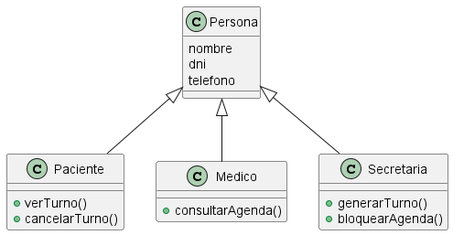
angelgc9107-lgtm/SistemaTurnosMedicos_GP6 keeps this PlantUML diagram as diagramas/01-diagrama-clases/01-solid-03-lsp.png. Above is the earlier version.
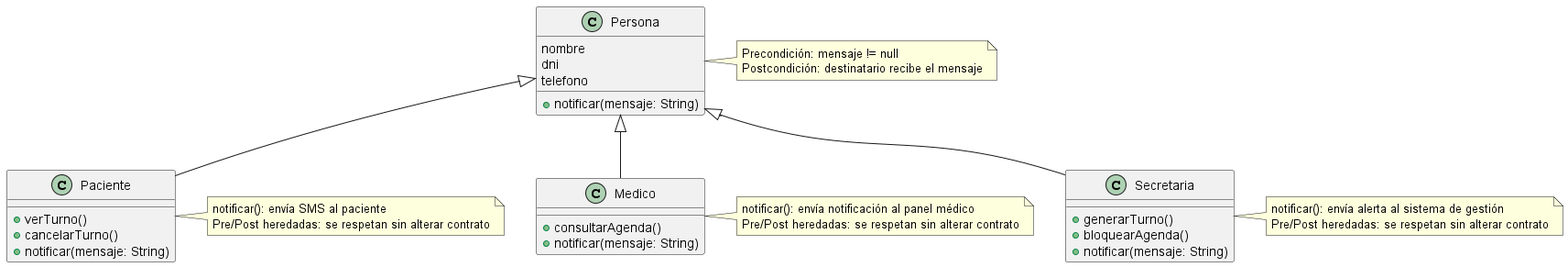
Later version of the same file.

The edit, as a diff of the source:
```diff
@@ -4,21 +4,45 @@
   nombre
   dni
   telefono
+  + notificar(mensaje: String)
 }
+
+note right of Persona
+  Precondición: mensaje != null
+  Postcondición: destinatario recibe el mensaje
+end note
 
 class Paciente {
   + verTurno()
   + cancelarTurno()
+  + notificar(mensaje: String)
 }
+
+note right of Paciente
+  notificar(): envía SMS al paciente
+  Pre/Post heredadas: se respetan sin alterar contrato
+end note
 
 class Medico {
   + consultarAgenda()
+  + notificar(mensaje: String)
 }
+
+note right of Medico
+  notificar(): envía notificación al panel médico
+  Pre/Post heredadas: se respetan sin alterar contrato
+end note
 
 class Secretaria {
   + generarTurno()
   + bloquearAgenda()
+  + notificar(mensaje: String)
 }
+
+note right of Secretaria
+  notificar(): envía alerta al sistema de gestión
+  Pre/Post heredadas: se respetan sin alterar contrato
+end note
 
 Persona <|-- Paciente
 Persona <|-- Medico
```
